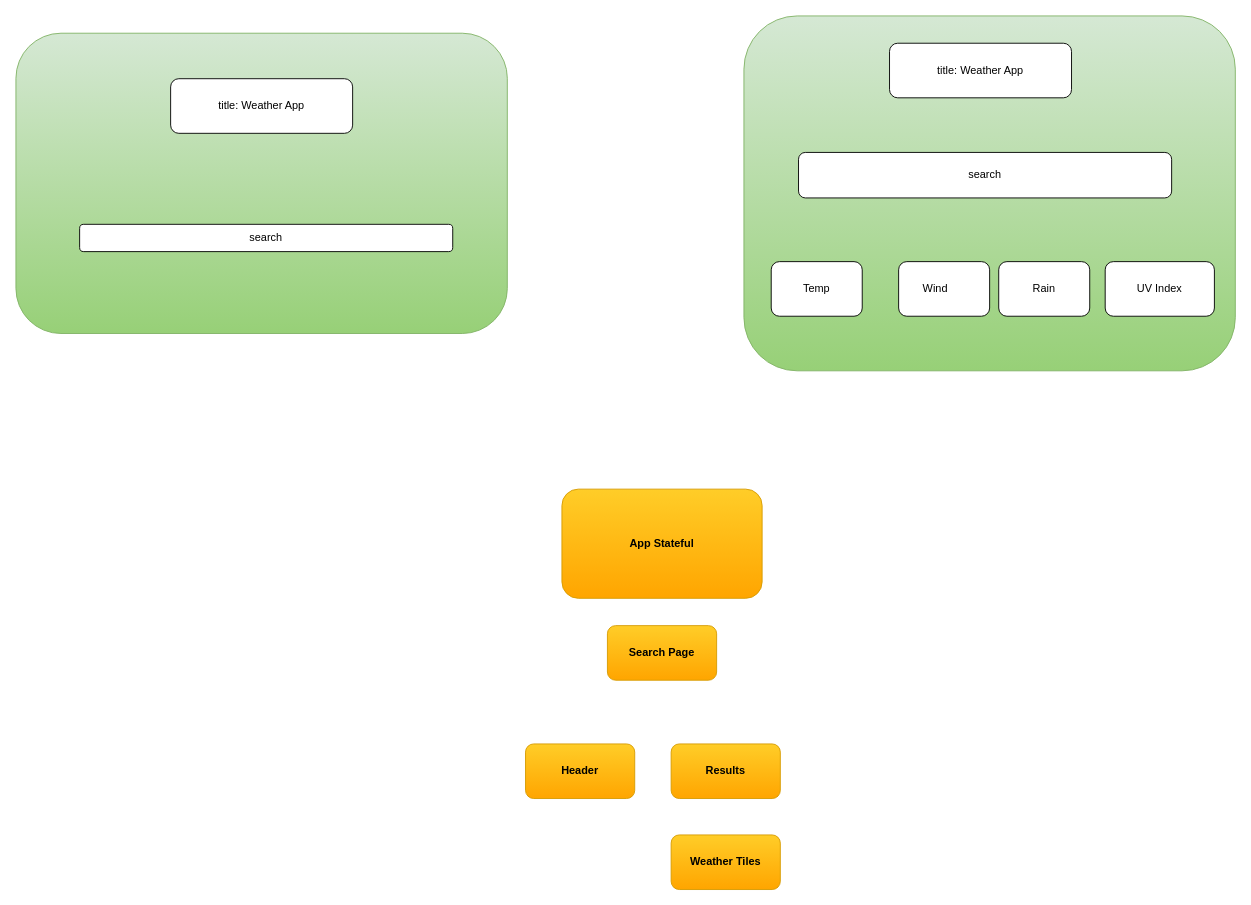
The draw.io diagram component_tree.drawio in SchoolOfCode/bc13_w12d5_hackathon_react-typescript-ash-steve-peter-room-3, before the edit. Source tidied: cells renumbered, new cells numbered last; positions are measured from the earlier drawing's top-left corner, leaving out a move shared by most shapes. Both pictures are drawn from the tidied source at 91%, with x=0, y=0 at pixel (15, 15).
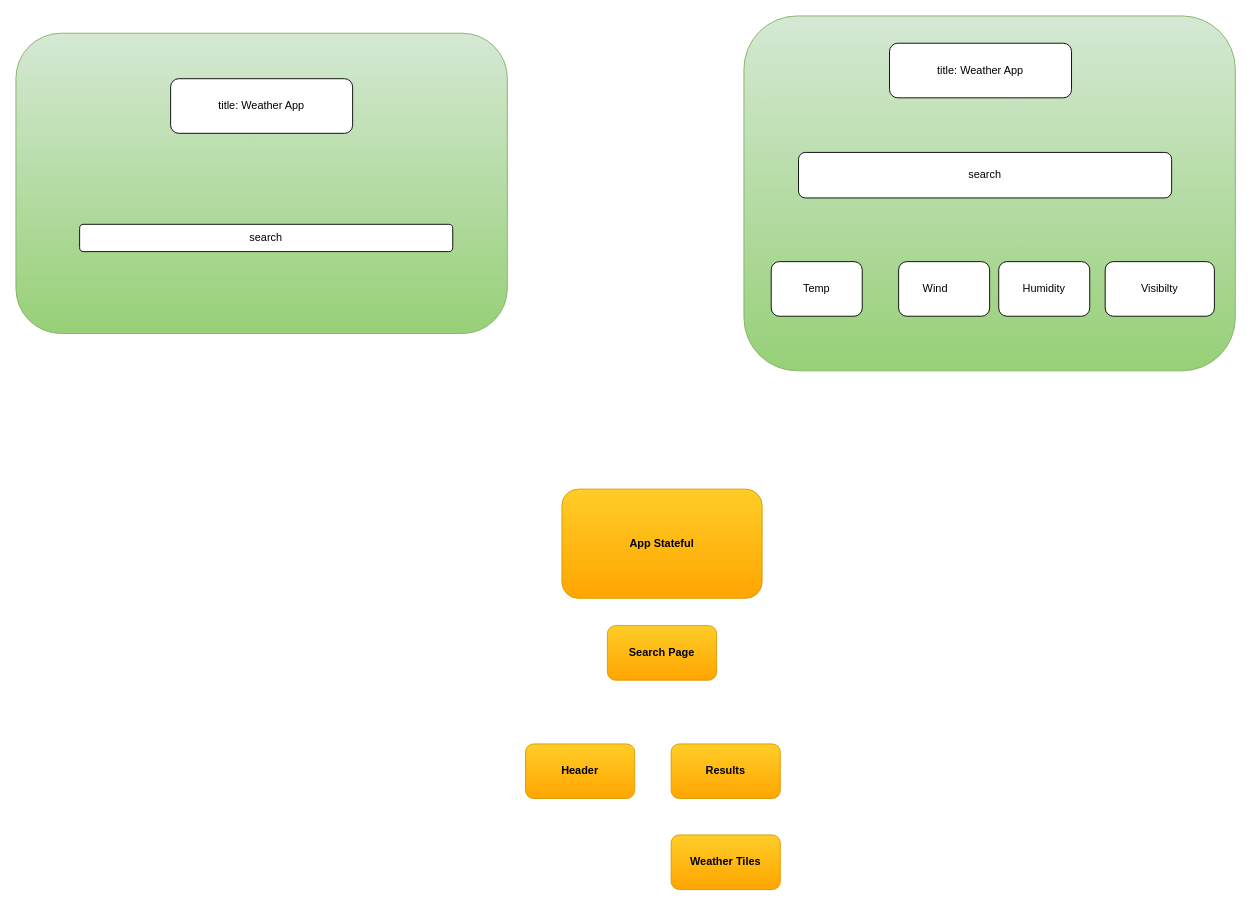
Above is the later version.

Change to the diagram source:
```diff
@@
 <mxGraphModel>
   <root>
     <mxCell id="0" />
     <mxCell id="1" parent="0" />
     <mxCell id="2" style="rounded=1;whiteSpace=wrap;html=1;fillColor=#d5e8d4;strokeColor=#82b366;gradientColor=#97d077;" parent="1" vertex="1">
       <mxGeometry y="19" width="540" height="330" as="geometry" />
     </mxCell>
     <mxCell id="3" value="search" style="rounded=1;whiteSpace=wrap;html=1;" parent="1" vertex="1">
       <mxGeometry x="70" y="229" width="410" height="30" as="geometry" />
     </mxCell>
     <mxCell id="4" value="title: Weather App" style="rounded=1;whiteSpace=wrap;html=1;" parent="1" vertex="1">
       <mxGeometry x="170" y="69" width="200" height="60" as="geometry" />
     </mxCell>
     <mxCell id="5" style="rounded=1;whiteSpace=wrap;html=1;fillColor=#d5e8d4;gradientColor=#97d077;strokeColor=#82b366;" parent="1" vertex="1">
       <mxGeometry x="800" width="540" height="390" as="geometry" />
     </mxCell>
     <mxCell id="6" value="search" style="rounded=1;whiteSpace=wrap;html=1;" parent="1" vertex="1">
       <mxGeometry x="860" y="150" width="410" height="50" as="geometry" />
     </mxCell>
     <mxCell id="7" value="title: Weather App" style="rounded=1;whiteSpace=wrap;html=1;" parent="1" vertex="1">
       <mxGeometry x="960" y="30" width="200" height="60" as="geometry" />
     </mxCell>
     <mxCell id="8" style="rounded=1;whiteSpace=wrap;html=1;" parent="1" vertex="1">
       <mxGeometry x="970" y="270" width="100" height="60" as="geometry" />
     </mxCell>
-    <mxCell id="9" value="Rain" style="rounded=1;whiteSpace=wrap;html=1;" parent="1" vertex="1">
+    <mxCell id="9" value="Humidity" style="rounded=1;whiteSpace=wrap;html=1;" parent="1" vertex="1">
       <mxGeometry x="1080" y="270" width="100" height="60" as="geometry" />
     </mxCell>
     <mxCell id="10" value="Temp" style="rounded=1;whiteSpace=wrap;html=1;" parent="1" vertex="1">
       <mxGeometry x="830" y="270" width="100" height="60" as="geometry" />
     </mxCell>
-    <mxCell id="11" value="UV Index" style="rounded=1;whiteSpace=wrap;html=1;" parent="1" vertex="1">
+    <mxCell id="11" value="Visibilty" style="rounded=1;whiteSpace=wrap;html=1;" parent="1" vertex="1">
       <mxGeometry x="1197" y="270" width="120" height="60" as="geometry" />
     </mxCell>
     <mxCell id="12" value="Wind" style="text;html=1;align=center;verticalAlign=middle;strokeColor=none;fillColor=none;" parent="1" vertex="1">
       <mxGeometry x="990" y="290" width="40" height="20" as="geometry" />
     </mxCell>
     <mxCell id="13" value="&lt;b&gt;&lt;font color=&quot;#000000&quot;&gt;App Stateful&lt;/font&gt;&lt;/b&gt;" style="rounded=1;whiteSpace=wrap;html=1;fillColor=#ffcd28;gradientColor=#ffa500;strokeColor=#d79b00;" parent="1" vertex="1">
       <mxGeometry x="600" y="520" width="220" height="120" as="geometry" />
     </mxCell>
     <mxCell id="14" value="&lt;font color=&quot;#000000&quot;&gt;&lt;b&gt;Search Page&lt;/b&gt;&lt;/font&gt;" style="rounded=1;whiteSpace=wrap;html=1;fillColor=#ffcd28;gradientColor=#ffa500;strokeColor=#d79b00;" parent="1" vertex="1">
       <mxGeometry x="650" y="670" width="120" height="60" as="geometry" />
     </mxCell>
     <mxCell id="15" value="&lt;font color=&quot;#000000&quot;&gt;&lt;b&gt;Header&lt;/b&gt;&lt;/font&gt;" style="rounded=1;whiteSpace=wrap;html=1;fillColor=#ffcd28;gradientColor=#ffa500;strokeColor=#d79b00;" parent="1" vertex="1">
       <mxGeometry x="560" y="800" width="120" height="60" as="geometry" />
     </mxCell>
     <mxCell id="16" value="&lt;font color=&quot;#000000&quot;&gt;&lt;b&gt;Results&lt;/b&gt;&lt;/font&gt;" style="rounded=1;whiteSpace=wrap;html=1;fillColor=#ffcd28;gradientColor=#ffa500;strokeColor=#d79b00;" parent="1" vertex="1">
       <mxGeometry x="720" y="800" width="120" height="60" as="geometry" />
     </mxCell>
     <mxCell id="17" value="&lt;font color=&quot;#000000&quot;&gt;&lt;b&gt;Weather Tiles&lt;/b&gt;&lt;/font&gt;" style="rounded=1;whiteSpace=wrap;html=1;fillColor=#ffcd28;gradientColor=#ffa500;strokeColor=#d79b00;" parent="1" vertex="1">
       <mxGeometry x="720" y="900" width="120" height="60" as="geometry" />
     </mxCell>
   </root>
 </mxGraphModel>
```
